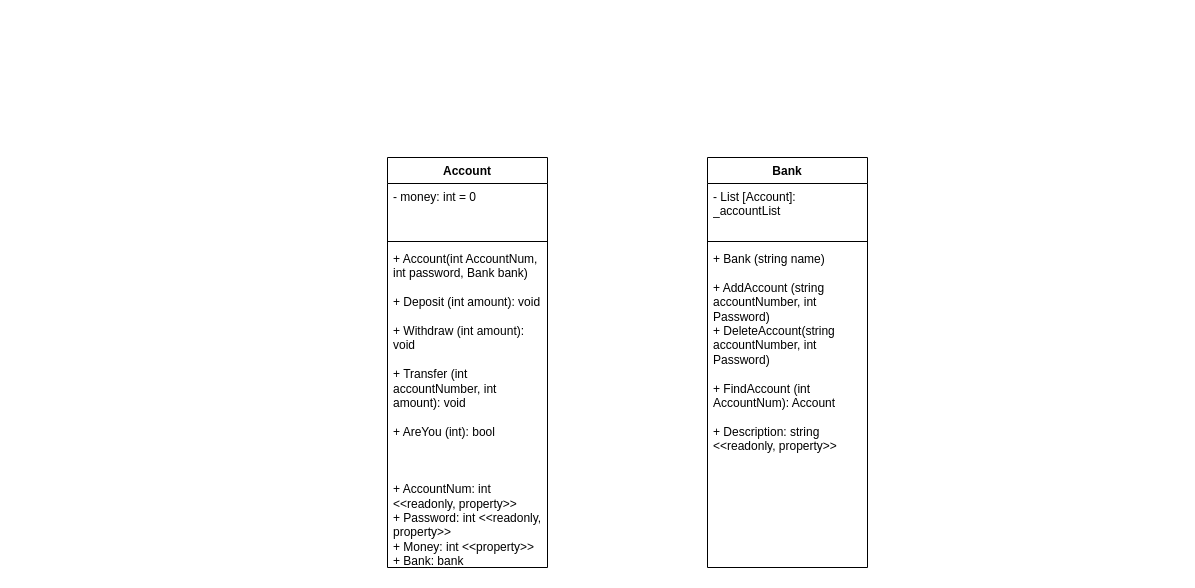
This is ATM Machine/ClassDiagram.drawio from tanbeoi/OOP, a draw.io file, before an edit. Source tidied: cells renumbered, new cells numbered last; positions are measured from the earlier drawing's top-left corner, leaving out a move shared by most shapes. Both pictures are drawn from the tidied source at 100%, with x=0, y=0 at pixel (387, 157).
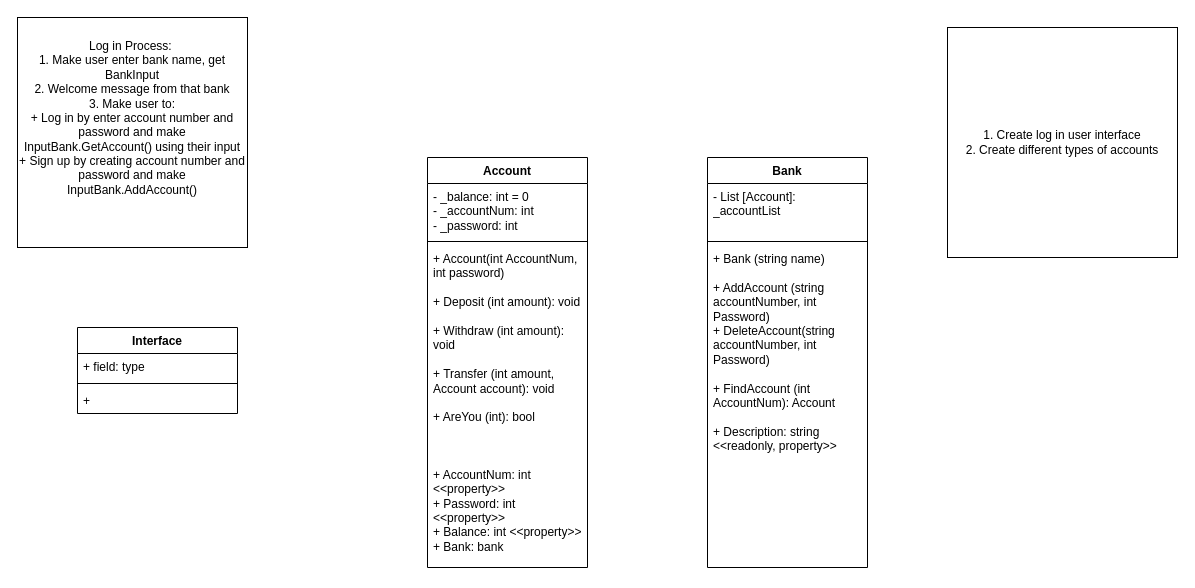
Above is the later version.

The edit, as a diff of the source:
```diff
@@
 <mxGraphModel>
   <root>
     <mxCell id="0" />
     <mxCell id="1" parent="0" />
     <mxCell id="2" value="Account" style="swimlane;fontStyle=1;align=center;verticalAlign=top;horizontal=1;startSize=26;whiteSpace=wrap;html=1;" parent="1" vertex="1">
-      <mxGeometry width="160" height="410" as="geometry" />
+      <mxGeometry x="40" width="160" height="410" as="geometry" />
     </mxCell>
-    <mxCell id="3" value="&lt;div&gt;- money: int = 0&lt;/div&gt;" style="text;strokeColor=none;fillColor=none;align=left;verticalAlign=top;spacingLeft=4;spacingRight=4;overflow=hidden;whiteSpace=wrap;html=1;" parent="2" vertex="1">
+    <mxCell id="3" value="&lt;div&gt;- _balance: int = 0&lt;/div&gt;&lt;div&gt;- _accountNum: int&lt;br&gt;- _password: int&lt;/div&gt;" style="text;strokeColor=none;fillColor=none;align=left;verticalAlign=top;spacingLeft=4;spacingRight=4;overflow=hidden;whiteSpace=wrap;html=1;" parent="2" vertex="1">
       <mxGeometry y="26" width="160" height="54" as="geometry" />
     </mxCell>
     <mxCell id="4" style="line;strokeWidth=1;fillColor=none;align=left;verticalAlign=middle;spacingTop=-1;spacingLeft=3;spacingRight=3;labelPosition=right;strokeColor=inherit;" parent="2" vertex="1">
       <mxGeometry y="80" width="160" height="8" as="geometry" />
     </mxCell>
-    <mxCell id="5" value="+ Account(int AccountNum, int password, Bank bank)&amp;nbsp;&lt;div&gt;&lt;br&gt;&lt;/div&gt;&lt;div&gt;+ Deposit (int amount): void&lt;br&gt;&lt;br&gt;+ Withdraw (int amount): void&lt;/div&gt;&lt;div&gt;&lt;br&gt;+ Transfer (int accountNumber, int amount): void&lt;/div&gt;&lt;div&gt;&lt;br&gt;&lt;/div&gt;&lt;div&gt;+ AreYou (int): bool&lt;/div&gt;&lt;div&gt;&lt;br&gt;&lt;br&gt;&lt;br&gt;+ AccountNum: int &amp;lt;&amp;lt;readonly, property&amp;gt;&amp;gt;&lt;/div&gt;&lt;div&gt;+ Password: int &amp;lt;&amp;lt;readonly, property&amp;gt;&amp;gt;&lt;br&gt;+ Money: int &amp;lt;&amp;lt;property&amp;gt;&amp;gt;&lt;/div&gt;&lt;div&gt;+ Bank: bank&lt;/div&gt;" style="text;strokeColor=none;fillColor=none;align=left;verticalAlign=top;spacingLeft=4;spacingRight=4;overflow=hidden;whiteSpace=wrap;html=1;" parent="2" vertex="1">
+    <mxCell id="5" value="+ Account(int AccountNum, int password)&amp;nbsp;&lt;div&gt;&lt;br&gt;&lt;/div&gt;&lt;div&gt;+ Deposit (int amount): void&lt;br&gt;&lt;br&gt;+ Withdraw (int amount): void&lt;/div&gt;&lt;div&gt;&lt;br&gt;+ Transfer (int amount, Account account): void&lt;/div&gt;&lt;div&gt;&lt;br&gt;&lt;/div&gt;&lt;div&gt;+ AreYou (int): bool&lt;/div&gt;&lt;div&gt;&lt;br&gt;&lt;br&gt;&lt;br&gt;+ AccountNum: int &amp;lt;&amp;lt;property&amp;gt;&amp;gt;&lt;/div&gt;&lt;div&gt;+ Password: int &amp;lt;&amp;lt;property&amp;gt;&amp;gt;&lt;br&gt;+ Balance: int &amp;lt;&amp;lt;property&amp;gt;&amp;gt;&lt;/div&gt;&lt;div&gt;+ Bank: bank&lt;/div&gt;" style="text;strokeColor=none;fillColor=none;align=left;verticalAlign=top;spacingLeft=4;spacingRight=4;overflow=hidden;whiteSpace=wrap;html=1;" parent="2" vertex="1">
       <mxGeometry y="88" width="160" height="322" as="geometry" />
     </mxCell>
     <mxCell id="6" value="Bank" style="swimlane;fontStyle=1;align=center;verticalAlign=top;horizontal=1;startSize=26;whiteSpace=wrap;html=1;" parent="1" vertex="1">
       <mxGeometry x="320" width="160" height="410" as="geometry" />
     </mxCell>
     <mxCell id="7" value="- List [Account]: _accountList" style="text;strokeColor=none;fillColor=none;align=left;verticalAlign=top;spacingLeft=4;spacingRight=4;overflow=hidden;whiteSpace=wrap;html=1;" parent="6" vertex="1">
       <mxGeometry y="26" width="160" height="54" as="geometry" />
     </mxCell>
     <mxCell id="8" style="line;strokeWidth=1;fillColor=none;align=left;verticalAlign=middle;spacingTop=-1;spacingLeft=3;spacingRight=3;labelPosition=right;strokeColor=inherit;" parent="6" vertex="1">
       <mxGeometry y="80" width="160" height="8" as="geometry" />
     </mxCell>
     <mxCell id="9" value="+ Bank (string name)&lt;div&gt;&lt;br&gt;&lt;/div&gt;&lt;div&gt;+ AddAccount (string accountNumber, int Password)&lt;/div&gt;&lt;div&gt;+ DeleteAccount(string accountNumber, int Password)&lt;/div&gt;&lt;div&gt;&lt;br&gt;&lt;/div&gt;&lt;div&gt;+ FindAccount (int AccountNum): Account&lt;/div&gt;&lt;div&gt;&lt;br&gt;&lt;/div&gt;&lt;div&gt;+ Description: string &amp;lt;&amp;lt;readonly, property&amp;gt;&amp;gt;&lt;/div&gt;" style="text;strokeColor=none;fillColor=none;align=left;verticalAlign=top;spacingLeft=4;spacingRight=4;overflow=hidden;whiteSpace=wrap;html=1;" parent="6" vertex="1">
       <mxGeometry y="88" width="160" height="322" as="geometry" />
     </mxCell>
+    <mxCell id="10" value="Log in Process:&amp;nbsp;&lt;div&gt;1. Make user enter bank name, get BankInput&lt;/div&gt;&lt;div&gt;2. Welcome message from that bank&lt;/div&gt;&lt;div&gt;3. Make user to:&lt;br&gt;+ Log in by enter account number and password and make InputBank.GetAccount() using their input&lt;/div&gt;&lt;div&gt;+ Sign up by creating account number and password and make InputBank.AddAccount()&lt;/div&gt;&lt;div&gt;&lt;br&gt;&lt;/div&gt;&lt;div&gt;&lt;br&gt;&lt;/div&gt;" style="whiteSpace=wrap;html=1;" parent="1" vertex="1">
+      <mxGeometry x="-370" y="-140" width="230" height="230" as="geometry" />
+    </mxCell>
+    <mxCell id="11" value="Interface" style="swimlane;fontStyle=1;align=center;verticalAlign=top;horizontal=1;startSize=26;whiteSpace=wrap;html=1;" parent="1" vertex="1">
+      <mxGeometry x="-310" y="170" width="160" height="86" as="geometry" />
+    </mxCell>
+    <mxCell id="12" value="+ field: type" style="text;strokeColor=none;fillColor=none;align=left;verticalAlign=top;spacingLeft=4;spacingRight=4;overflow=hidden;whiteSpace=wrap;html=1;" parent="11" vertex="1">
+      <mxGeometry y="26" width="160" height="26" as="geometry" />
+    </mxCell>
+    <mxCell id="13" style="line;strokeWidth=1;fillColor=none;align=left;verticalAlign=middle;spacingTop=-1;spacingLeft=3;spacingRight=3;labelPosition=right;strokeColor=inherit;" parent="11" vertex="1">
+      <mxGeometry y="52" width="160" height="8" as="geometry" />
+    </mxCell>
+    <mxCell id="14" value="+&amp;nbsp;" style="text;strokeColor=none;fillColor=none;align=left;verticalAlign=top;spacingLeft=4;spacingRight=4;overflow=hidden;whiteSpace=wrap;html=1;" parent="11" vertex="1">
+      <mxGeometry y="60" width="160" height="26" as="geometry" />
+    </mxCell>
+    <mxCell id="15" value="&lt;div&gt;1. Create log in user interface&lt;/div&gt;&lt;div&gt;2. Create different types of accounts&lt;/div&gt;" style="whiteSpace=wrap;html=1;" parent="1" vertex="1">
+      <mxGeometry x="560" y="-130" width="230" height="230" as="geometry" />
+    </mxCell>
   </root>
 </mxGraphModel>
```
